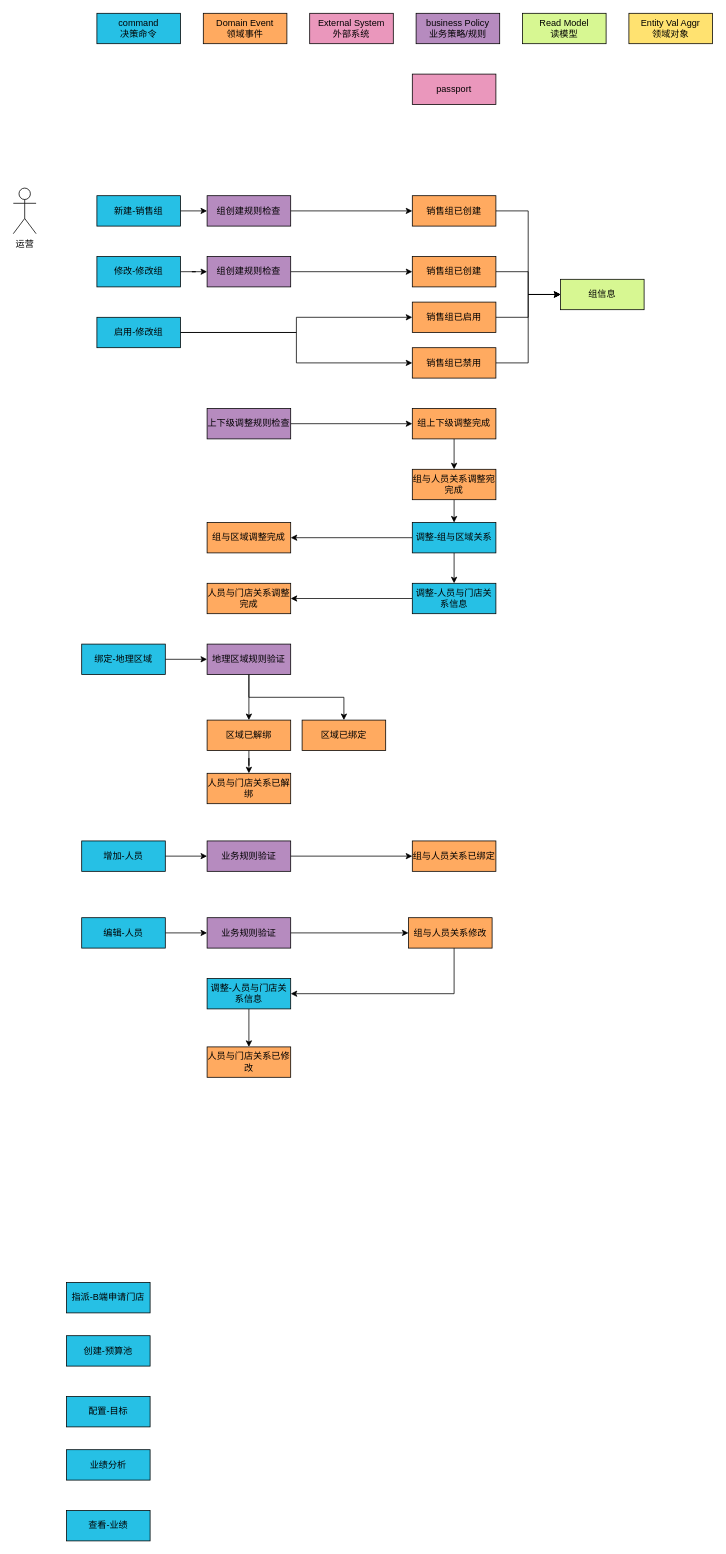
Above: 渠道-事件风暴.drawio in shixiaoding/draw (draw.io), before the change. Source tidied: cells renumbered, new cells numbered last; positions are measured from the earlier drawing's top-left corner, leaving out a move shared by most shapes. Both pictures are drawn from the tidied source at 76%, with x=0, y=0 at pixel (13, 13).
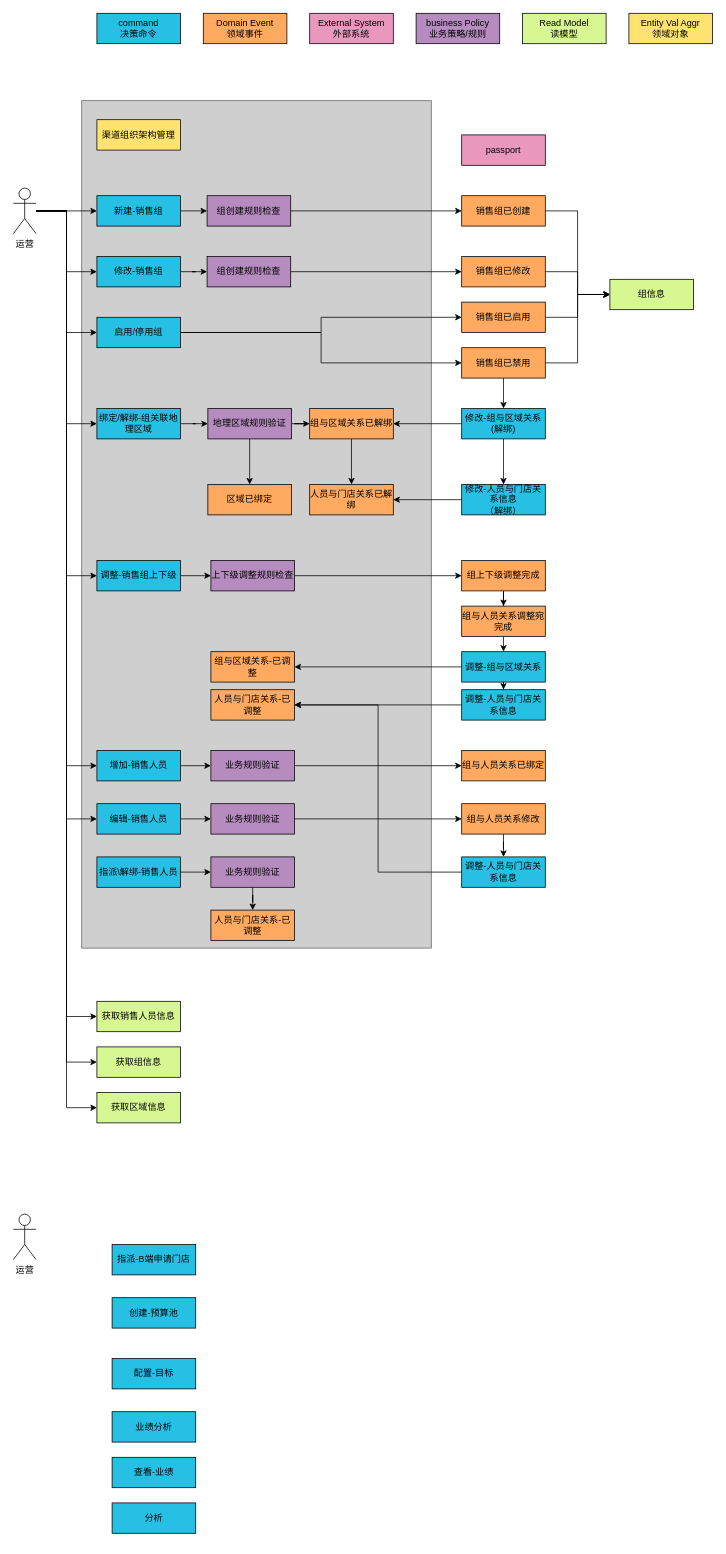
The same diagram, later.

Commit message:
更新渠道-事件风暴.drawio

Unchanged cells that the change refers to:
```xml
<mxCell id="8" value="运营" style="shape=umlActor;verticalLabelPosition=bottom;verticalAlign=top;html=1;outlineConnect=0;" parent="1" vertex="1">
  <mxGeometry y="230" width="30" height="60" as="geometry" />
</mxCell>
<mxCell id="10" value="新建-销售组" style="rounded=0;whiteSpace=wrap;html=1;fillColor=#26C0E5;" parent="1" vertex="1">
  <mxGeometry x="110" y="240" width="110" height="40" as="geometry" />
</mxCell>
```

What changed in the source:
```diff
@@
+    <mxCell id="71" style="rounded=0;whiteSpace=wrap;html=1;fillColor=#CFCFCF;fontColor=#333333;strokeColor=#666666;" parent="1" vertex="1">
+      <mxGeometry x="90" y="115" width="460" height="1115" as="geometry" />
+    </mxCell>
@@
+    <mxCell id="72" style="edgeStyle=orthogonalEdgeStyle;rounded=0;jettySize=auto;html=1;curved=1;" parent="1" edge="1" source="8" target="10">
+      <mxGeometry relative="1" as="geometry" />
+    </mxCell>
+    <mxCell id="73" style="edgeStyle=orthogonalEdgeStyle;rounded=0;jettySize=auto;html=1;entryX=0;entryY=0.5;entryDx=0;entryDy=0;" parent="1" edge="1" source="8" target="12">
+      <mxGeometry relative="1" as="geometry" />
+    </mxCell>
+    <mxCell id="74" style="edgeStyle=orthogonalEdgeStyle;rounded=0;jettySize=auto;html=1;entryX=0;entryY=0.5;entryDx=0;entryDy=0;" parent="1" edge="1" source="8" target="36">
+      <mxGeometry relative="1" as="geometry" />
+    </mxCell>
+    <mxCell id="75" style="edgeStyle=orthogonalEdgeStyle;rounded=0;jettySize=auto;html=1;entryX=0;entryY=0.5;entryDx=0;entryDy=0;" parent="1" edge="1" source="8" target="14">
+      <mxGeometry relative="1" as="geometry" />
+    </mxCell>
+    <mxCell id="76" style="edgeStyle=orthogonalEdgeStyle;rounded=0;jettySize=auto;html=1;entryX=0;entryY=0.5;entryDx=0;entryDy=0;" parent="1" edge="1" source="8" target="90">
+      <mxGeometry relative="1" as="geometry" />
+    </mxCell>
+    <mxCell id="77" style="edgeStyle=orthogonalEdgeStyle;rounded=0;jettySize=auto;html=1;entryX=0;entryY=0.5;entryDx=0;entryDy=0;" parent="1" edge="1" source="8" target="16">
+      <mxGeometry relative="1" as="geometry" />
+    </mxCell>
+    <mxCell id="78" style="edgeStyle=orthogonalEdgeStyle;rounded=0;jettySize=auto;html=1;entryX=0;entryY=0.5;entryDx=0;entryDy=0;" parent="1" edge="1" source="8" target="65">
+      <mxGeometry relative="1" as="geometry" />
+    </mxCell>
+    <mxCell id="79" style="edgeStyle=orthogonalEdgeStyle;rounded=0;jettySize=auto;html=1;entryX=0;entryY=0.5;entryDx=0;entryDy=0;" parent="1" edge="1" source="8" target="91">
+      <mxGeometry relative="1" as="geometry" />
+    </mxCell>
+    <mxCell id="80" style="edgeStyle=orthogonalEdgeStyle;rounded=0;jettySize=auto;html=1;entryX=0;entryY=0.5;entryDx=0;entryDy=0;" parent="1" edge="1" source="8" target="92">
+      <mxGeometry relative="1" as="geometry" />
+    </mxCell>
+    <mxCell id="81" style="edgeStyle=orthogonalEdgeStyle;rounded=0;jettySize=auto;html=1;entryX=0;entryY=0.5;entryDx=0;entryDy=0;" parent="1" edge="1" source="8" target="93">
+      <mxGeometry relative="1" as="geometry" />
+    </mxCell>
@@
-    <mxCell id="12" value="修改-修改组" style="rounded=0;whiteSpace=wrap;html=1;fillColor=#26C0E5;" parent="1" vertex="1">
+    <mxCell id="12" value="修改-销售组" style="rounded=0;whiteSpace=wrap;html=1;fillColor=#26C0E5;" parent="1" vertex="1">
       <mxGeometry x="110" y="320" width="110" height="40" as="geometry" />
     </mxCell>
@@
-    <mxCell id="14" value="绑定-地理区域" style="rounded=0;whiteSpace=wrap;html=1;fillColor=#26C0E5;" parent="1" vertex="1">
-      <mxGeometry x="90" y="830" width="110" height="40" as="geometry" />
+    <mxCell id="14" value="绑定/解绑-组关联地理区域" style="rounded=0;whiteSpace=wrap;html=1;fillColor=#26C0E5;" parent="1" vertex="1">
+      <mxGeometry x="110" y="520" width="110" height="40" as="geometry" />
     </mxCell>
@@
-    <mxCell id="16" value="增加-人员" style="rounded=0;whiteSpace=wrap;html=1;fillColor=#26C0E5;" parent="1" vertex="1">
-      <mxGeometry x="90" y="1089" width="110" height="40" as="geometry" />
+    <mxCell id="16" value="增加-销售人员" style="rounded=0;whiteSpace=wrap;html=1;fillColor=#26C0E5;" parent="1" vertex="1">
+      <mxGeometry x="110" y="970" width="110" height="40" as="geometry" />
     </mxCell>
     <mxCell id="17" value="创建-预算池" style="rounded=0;whiteSpace=wrap;html=1;fillColor=#26C0E5;" parent="1" vertex="1">
-      <mxGeometry x="70" y="1740" width="110" height="40" as="geometry" />
+      <mxGeometry x="130" y="1690" width="110" height="40" as="geometry" />
     </mxCell>
     <mxCell id="18" value="passport" style="rounded=0;whiteSpace=wrap;html=1;fillColor=#EA97BC;" parent="1" vertex="1">
-      <mxGeometry x="525" y="80" width="110" height="40" as="geometry" />
+      <mxGeometry x="590" y="160" width="110" height="40" as="geometry" />
     </mxCell>
@@
     <mxCell id="20" value="销售组已创建" style="rounded=0;whiteSpace=wrap;html=1;fillColor=#FFAA60;" parent="1" vertex="1">
-      <mxGeometry x="525" y="240" width="110" height="40" as="geometry" />
+      <mxGeometry x="590" y="240" width="110" height="40" as="geometry" />
     </mxCell>
     <mxCell id="21" value="指派-B端申请门店" style="rounded=0;whiteSpace=wrap;html=1;fillColor=#26C0E5;" parent="1" vertex="1">
-      <mxGeometry x="70" y="1670" width="110" height="40" as="geometry" />
+      <mxGeometry x="130" y="1620" width="110" height="40" as="geometry" />
     </mxCell>
     <mxCell id="22" value="配置-目标" style="rounded=0;whiteSpace=wrap;html=1;fillColor=#26C0E5;" parent="1" vertex="1">
-      <mxGeometry x="70" y="1820" width="110" height="40" as="geometry" />
+      <mxGeometry x="130" y="1770" width="110" height="40" as="geometry" />
     </mxCell>
     <mxCell id="23" value="业绩分析" style="rounded=0;whiteSpace=wrap;html=1;fillColor=#26C0E5;" parent="1" vertex="1">
-      <mxGeometry x="70" y="1890" width="110" height="40" as="geometry" />
+      <mxGeometry x="130" y="1840" width="110" height="40" as="geometry" />
     </mxCell>
     <mxCell id="24" value="查看-业绩" style="rounded=0;whiteSpace=wrap;html=1;fillColor=#26C0E5;" parent="1" vertex="1">
-      <mxGeometry x="70" y="1970" width="110" height="40" as="geometry" />
+      <mxGeometry x="130" y="1900" width="110" height="40" as="geometry" />
     </mxCell>
@@
     <mxCell id="27" value="组信息" style="rounded=0;whiteSpace=wrap;html=1;fillColor=#D7F792;" parent="1" vertex="1">
-      <mxGeometry x="720" y="350" width="110" height="40" as="geometry" />
+      <mxGeometry x="785" y="350" width="110" height="40" as="geometry" />
     </mxCell>
@@
     <mxCell id="31" value="销售组已启用" style="rounded=0;whiteSpace=wrap;html=1;fillColor=#FFAA60;" parent="1" vertex="1">
-      <mxGeometry x="525" y="380" width="110" height="40" as="geometry" />
+      <mxGeometry x="590" y="380" width="110" height="40" as="geometry" />
     </mxCell>
@@
+    <mxCell id="82" style="edgeStyle=orthogonalEdgeStyle;rounded=0;jettySize=auto;html=1;" parent="1" edge="1" source="33" target="86">
+      <mxGeometry relative="1" as="geometry" />
+    </mxCell>
     <mxCell id="33" value="销售组已禁用" style="rounded=0;whiteSpace=wrap;html=1;fillColor=#FFAA60;" parent="1" vertex="1">
-      <mxGeometry x="525" y="440" width="110" height="40" as="geometry" />
+      <mxGeometry x="590" y="440" width="110" height="40" as="geometry" />
     </mxCell>
@@
-    <mxCell id="36" value="启用-修改组" style="rounded=0;whiteSpace=wrap;html=1;fillColor=#26C0E5;" parent="1" vertex="1">
+    <mxCell id="36" value="启用/停用组" style="rounded=0;whiteSpace=wrap;html=1;fillColor=#26C0E5;" parent="1" vertex="1">
       <mxGeometry x="110" y="400" width="110" height="40" as="geometry" />
     </mxCell>
@@
-    <mxCell id="38" value="销售组已创建" style="rounded=0;whiteSpace=wrap;html=1;fillColor=#FFAA60;" parent="1" vertex="1">
-      <mxGeometry x="525" y="320" width="110" height="40" as="geometry" />
+    <mxCell id="38" value="销售组已修改" style="rounded=0;whiteSpace=wrap;html=1;fillColor=#FFAA60;" parent="1" vertex="1">
+      <mxGeometry x="590" y="320" width="110" height="40" as="geometry" />
     </mxCell>
@@
     <mxCell id="41" value="调整-组与区域关系" style="rounded=0;whiteSpace=wrap;html=1;fillColor=#26C0E5;" parent="1" vertex="1">
-      <mxGeometry x="525" y="670" width="110" height="40" as="geometry" />
+      <mxGeometry x="590" y="840" width="110" height="40" as="geometry" />
     </mxCell>
@@
     <mxCell id="43" value="上下级调整规则检查" style="rounded=0;whiteSpace=wrap;html=1;fillColor=#B68BBF;" parent="1" vertex="1">
-      <mxGeometry x="255" y="520" width="110" height="40" as="geometry" />
+      <mxGeometry x="260" y="720" width="110" height="40" as="geometry" />
     </mxCell>
@@
     <mxCell id="45" value="组上下级调整完成" style="rounded=0;whiteSpace=wrap;html=1;fillColor=#FFAA60;" parent="1" vertex="1">
-      <mxGeometry x="525" y="520" width="110" height="40" as="geometry" />
+      <mxGeometry x="590" y="720" width="110" height="40" as="geometry" />
     </mxCell>
@@
     <mxCell id="47" value="组与人员关系调整宛完成" style="rounded=0;whiteSpace=wrap;html=1;fillColor=#FFAA60;" parent="1" vertex="1">
-      <mxGeometry x="525" y="600" width="110" height="40" as="geometry" />
+      <mxGeometry x="590" y="780" width="110" height="40" as="geometry" />
     </mxCell>
-    <mxCell id="48" value="组与区域调整完成" style="rounded=0;whiteSpace=wrap;html=1;fillColor=#FFAA60;" parent="1" vertex="1">
-      <mxGeometry x="255" y="670" width="110" height="40" as="geometry" />
+    <mxCell id="48" value="组与区域关系-已调整" style="rounded=0;whiteSpace=wrap;html=1;fillColor=#FFAA60;" parent="1" vertex="1">
+      <mxGeometry x="260" y="840" width="110" height="40" as="geometry" />
     </mxCell>
+    <mxCell id="50" style="edgeStyle=orthogonalEdgeStyle;rounded=0;jettySize=auto;html=1;exitX=0.5;exitY=1;exitDx=0;exitDy=0;entryX=0.5;entryY=0;entryDx=0;entryDy=0;" parent="1" edge="1" source="51" target="52">
+      <mxGeometry relative="1" as="geometry" />
+    </mxCell>
-    <mxCell id="49" style="edgeStyle=orthogonalEdgeStyle;rounded=0;jettySize=auto;html=1;exitX=0.5;exitY=1;exitDx=0;exitDy=0;entryX=0.5;entryY=0;entryDx=0;entryDy=0;" parent="1" edge="1" source="51" target="57">
+    <mxCell id="49" style="edgeStyle=orthogonalEdgeStyle;rounded=0;jettySize=auto;html=1;entryX=0;entryY=0.5;entryDx=0;entryDy=0;" parent="1" edge="1" source="51" target="57">
       <mxGeometry relative="1" as="geometry" />
     </mxCell>
-    <mxCell id="50" style="edgeStyle=orthogonalEdgeStyle;rounded=0;jettySize=auto;html=1;exitX=0.5;exitY=1;exitDx=0;exitDy=0;entryX=0.5;entryY=0;entryDx=0;entryDy=0;" parent="1" edge="1" source="51" target="52">
-      <mxGeometry relative="1" as="geometry" />
-    </mxCell>
     <mxCell id="51" value="地理区域规则验证" style="rounded=0;whiteSpace=wrap;html=1;fillColor=#B68BBF;" parent="1" vertex="1">
-      <mxGeometry x="255" y="830" width="110" height="40" as="geometry" />
+      <mxGeometry x="256" y="520" width="110" height="40" as="geometry" />
     </mxCell>
     <mxCell id="52" value="区域已绑定" style="rounded=0;whiteSpace=wrap;html=1;fillColor=#FFAA60;" parent="1" vertex="1">
-      <mxGeometry x="380" y="930" width="110" height="40" as="geometry" />
+      <mxGeometry x="256" y="620" width="110" height="40" as="geometry" />
     </mxCell>
@@
     <mxCell id="54" value="调整-人员与门店关系信息" style="rounded=0;whiteSpace=wrap;html=1;fillColor=#26C0E5;" parent="1" vertex="1">
-      <mxGeometry x="525" y="750" width="110" height="40" as="geometry" />
+      <mxGeometry x="590" y="890" width="110" height="40" as="geometry" />
     </mxCell>
-    <mxCell id="55" value="人员与门店关系调整完成" style="rounded=0;whiteSpace=wrap;html=1;fillColor=#FFAA60;" parent="1" vertex="1">
-      <mxGeometry x="255" y="750" width="110" height="40" as="geometry" />
+    <mxCell id="55" value="人员与门店关系-已调整" style="rounded=0;whiteSpace=wrap;html=1;fillColor=#FFAA60;" parent="1" vertex="1">
+      <mxGeometry x="260" y="890" width="110" height="40" as="geometry" />
     </mxCell>
@@
-    <mxCell id="57" value="区域已解绑" style="rounded=0;whiteSpace=wrap;html=1;fillColor=#FFAA60;" parent="1" vertex="1">
-      <mxGeometry x="255" y="930" width="110" height="40" as="geometry" />
+    <mxCell id="57" value="组与区域关系已解绑" style="rounded=0;whiteSpace=wrap;html=1;fillColor=#FFAA60;" parent="1" vertex="1">
+      <mxGeometry x="390" y="520" width="110" height="40" as="geometry" />
     </mxCell>
     <mxCell id="58" value="人员与门店关系已解绑" style="rounded=0;whiteSpace=wrap;html=1;fillColor=#FFAA60;" parent="1" vertex="1">
-      <mxGeometry x="255" y="1000" width="110" height="40" as="geometry" />
+      <mxGeometry x="390" y="620" width="110" height="40" as="geometry" />
     </mxCell>
@@
     <mxCell id="60" value="业务规则验证" style="rounded=0;whiteSpace=wrap;html=1;fillColor=#B68BBF;" parent="1" vertex="1">
-      <mxGeometry x="255" y="1089" width="110" height="40" as="geometry" />
+      <mxGeometry x="260" y="970" width="110" height="40" as="geometry" />
     </mxCell>
-    <mxCell id="61" style="edgeStyle=orthogonalEdgeStyle;rounded=0;jettySize=auto;html=1;entryX=0.5;entryY=0;entryDx=0;entryDy=0;" parent="1" edge="1" source="62" target="70">
-      <mxGeometry relative="1" as="geometry" />
-    </mxCell>
+    <mxCell id="83" style="edgeStyle=orthogonalEdgeStyle;rounded=0;jettySize=auto;html=1;entryX=1;entryY=0.5;entryDx=0;entryDy=0;" parent="1" edge="1" source="62" target="55">
+      <mxGeometry relative="1" as="geometry" />
+    </mxCell>
     <mxCell id="62" value="调整-人员与门店关系信息" style="rounded=0;whiteSpace=wrap;html=1;fillColor=#26C0E5;" parent="1" vertex="1">
-      <mxGeometry x="255" y="1270" width="110" height="40" as="geometry" />
+      <mxGeometry x="590" y="1110" width="110" height="40" as="geometry" />
     </mxCell>
     <mxCell id="63" value="组与人员关系已绑定" style="rounded=0;whiteSpace=wrap;html=1;fillColor=#FFAA60;" parent="1" vertex="1">
-      <mxGeometry x="525" y="1089" width="110" height="40" as="geometry" />
+      <mxGeometry x="590" y="970" width="110" height="40" as="geometry" />
     </mxCell>
@@
-    <mxCell id="65" value="编辑-人员" style="rounded=0;whiteSpace=wrap;html=1;fillColor=#26C0E5;" parent="1" vertex="1">
-      <mxGeometry x="90" y="1190" width="110" height="40" as="geometry" />
+    <mxCell id="65" value="编辑-销售人员" style="rounded=0;whiteSpace=wrap;html=1;fillColor=#26C0E5;" parent="1" vertex="1">
+      <mxGeometry x="110" y="1040" width="110" height="40" as="geometry" />
     </mxCell>
@@
     <mxCell id="67" value="业务规则验证" style="rounded=0;whiteSpace=wrap;html=1;fillColor=#B68BBF;" parent="1" vertex="1">
-      <mxGeometry x="255" y="1190" width="110" height="40" as="geometry" />
+      <mxGeometry x="260" y="1040" width="110" height="40" as="geometry" />
     </mxCell>
-    <mxCell id="68" style="edgeStyle=orthogonalEdgeStyle;rounded=0;jettySize=auto;html=1;entryX=1;entryY=0.5;entryDx=0;entryDy=0;" parent="1" edge="1" source="69" target="62">
-      <mxGeometry relative="1" as="geometry">
-        <Array as="points">
-          <mxPoint x="580" y="1290" />
-        </Array>
-      </mxGeometry>
+    <mxCell id="68" style="edgeStyle=orthogonalEdgeStyle;rounded=0;jettySize=auto;html=1;entryX=0.5;entryY=0;entryDx=0;entryDy=0;" parent="1" edge="1" source="69" target="62">
+      <mxGeometry relative="1" as="geometry" />
     </mxCell>
     <mxCell id="69" value="组与人员关系修改" style="rounded=0;whiteSpace=wrap;html=1;fillColor=#FFAA60;" parent="1" vertex="1">
-      <mxGeometry x="520" y="1190" width="110" height="40" as="geometry" />
+      <mxGeometry x="590" y="1040" width="110" height="40" as="geometry" />
     </mxCell>
-    <mxCell id="70" value="人员与门店关系已修改" style="rounded=0;whiteSpace=wrap;html=1;fillColor=#FFAA60;" parent="1" vertex="1">
-      <mxGeometry x="255" y="1360" width="110" height="40" as="geometry" />
-    </mxCell>
+    <mxCell id="84" style="edgeStyle=orthogonalEdgeStyle;rounded=0;jettySize=auto;html=1;" parent="1" edge="1" source="86" target="88">
+      <mxGeometry relative="1" as="geometry" />
+    </mxCell>
+    <mxCell id="85" style="edgeStyle=orthogonalEdgeStyle;rounded=0;jettySize=auto;html=1;entryX=1;entryY=0.5;entryDx=0;entryDy=0;" parent="1" edge="1" source="86" target="57">
+      <mxGeometry relative="1" as="geometry" />
+    </mxCell>
+    <mxCell id="86" value="修改-组与区域关系(解绑)" style="rounded=0;whiteSpace=wrap;html=1;fillColor=#26C0E5;" parent="1" vertex="1">
+      <mxGeometry x="590" y="520" width="110" height="40" as="geometry" />
+    </mxCell>
+    <mxCell id="87" style="edgeStyle=orthogonalEdgeStyle;rounded=0;jettySize=auto;html=1;entryX=1;entryY=0.5;entryDx=0;entryDy=0;" parent="1" edge="1" source="88" target="58">
+      <mxGeometry relative="1" as="geometry" />
+    </mxCell>
+    <mxCell id="88" value="修改-人员与门店关系信息&lt;div&gt;（解绑）&lt;/div&gt;" style="rounded=0;whiteSpace=wrap;html=1;fillColor=#26C0E5;" parent="1" vertex="1">
+      <mxGeometry x="590" y="620" width="110" height="40" as="geometry" />
+    </mxCell>
+    <mxCell id="89" style="edgeStyle=orthogonalEdgeStyle;rounded=0;jettySize=auto;html=1;entryX=0;entryY=0.5;entryDx=0;entryDy=0;" parent="1" edge="1" source="90" target="43">
+      <mxGeometry relative="1" as="geometry" />
+    </mxCell>
+    <mxCell id="90" value="调整-销售组上下级" style="rounded=0;whiteSpace=wrap;html=1;fillColor=#26C0E5;" parent="1" vertex="1">
+      <mxGeometry x="110" y="720" width="110" height="40" as="geometry" />
+    </mxCell>
+    <mxCell id="91" value="获取销售人员信息" style="rounded=0;whiteSpace=wrap;html=1;fillColor=#D7F792;" parent="1" vertex="1">
+      <mxGeometry x="110" y="1300" width="110" height="40" as="geometry" />
+    </mxCell>
+    <mxCell id="92" value="获取组信息" style="rounded=0;whiteSpace=wrap;html=1;fillColor=#D7F792;" parent="1" vertex="1">
+      <mxGeometry x="110" y="1360" width="110" height="40" as="geometry" />
+    </mxCell>
+    <mxCell id="93" value="获取区域信息" style="rounded=0;whiteSpace=wrap;html=1;fillColor=#D7F792;" parent="1" vertex="1">
+      <mxGeometry x="110" y="1420" width="110" height="40" as="geometry" />
+    </mxCell>
+    <mxCell id="94" value="渠道组织架构管理" style="rounded=0;whiteSpace=wrap;html=1;fillColor=#FFE270;" parent="1" vertex="1">
+      <mxGeometry x="110" y="140" width="110" height="40" as="geometry" />
+    </mxCell>
+    <mxCell id="95" style="edgeStyle=orthogonalEdgeStyle;rounded=0;jettySize=auto;html=1;exitX=1;exitY=0.5;exitDx=0;exitDy=0;" parent="1" edge="1" source="96" target="98">
+      <mxGeometry relative="1" as="geometry" />
+    </mxCell>
+    <mxCell id="96" value="指派\解绑-销售人员" style="rounded=0;whiteSpace=wrap;html=1;fillColor=#26C0E5;" parent="1" vertex="1">
+      <mxGeometry x="110" y="1110" width="110" height="40" as="geometry" />
+    </mxCell>
+    <mxCell id="97" style="edgeStyle=orthogonalEdgeStyle;rounded=0;jettySize=auto;html=1;" parent="1" edge="1" source="98" target="99">
+      <mxGeometry relative="1" as="geometry" />
+    </mxCell>
+    <mxCell id="98" value="业务规则验证" style="rounded=0;whiteSpace=wrap;html=1;fillColor=#B68BBF;" parent="1" vertex="1">
+      <mxGeometry x="260" y="1110" width="110" height="40" as="geometry" />
+    </mxCell>
+    <mxCell id="99" value="人员与门店关系-已调整" style="rounded=0;whiteSpace=wrap;html=1;fillColor=#FFAA60;" parent="1" vertex="1">
+      <mxGeometry x="260" y="1180" width="110" height="40" as="geometry" />
+    </mxCell>
+    <mxCell id="100" value="分析" style="rounded=0;whiteSpace=wrap;html=1;fillColor=#26C0E5;" parent="1" vertex="1">
+      <mxGeometry x="130" y="1960" width="110" height="40" as="geometry" />
+    </mxCell>
+    <mxCell id="101" value="运营" style="shape=umlActor;verticalLabelPosition=bottom;verticalAlign=top;html=1;" parent="1" vertex="1">
+      <mxGeometry y="1580" width="30" height="60" as="geometry" />
+    </mxCell>
```
